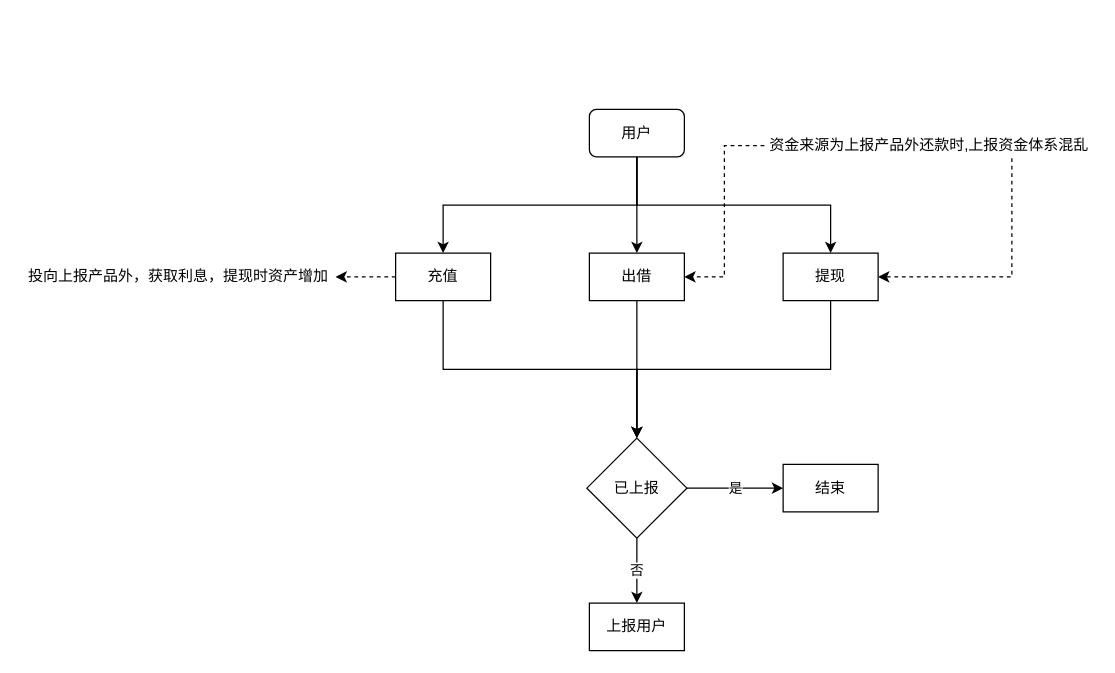
The draw.io diagram 上报流程.drawio in yiuked/diagram, before the edit. Source tidied: cells renumbered, new cells numbered last; positions are measured from the earlier drawing's top-left corner, leaving out a move shared by most shapes. Both pictures are drawn from the tidied source at 125%, with x=0, y=0 at pixel (21, 109).
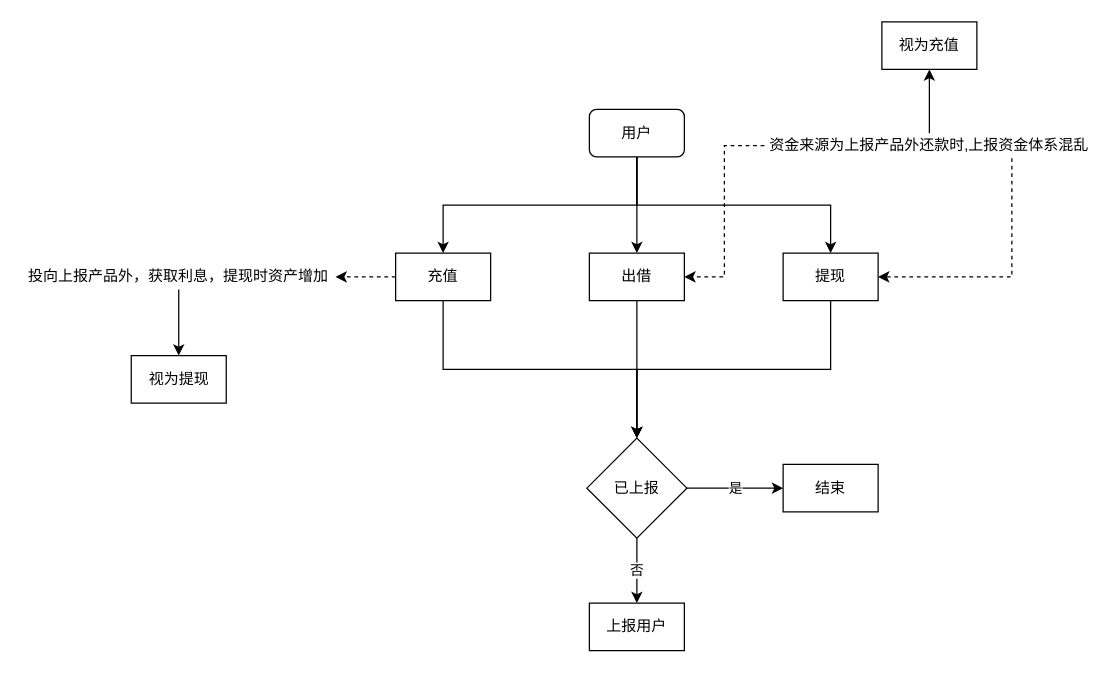
Above is the later version.

Commit message (it also covers changes not shown here):
更新上报流程.drawio

The change refers to these unchanged cells:
```xml
<mxCell id="15" value="资金来源为上报产品外还款时,上报资金体系混乱" style="text;html=1;strokeColor=none;fillColor=none;align=center;verticalAlign=middle;whiteSpace=wrap;rounded=0;" parent="1" vertex="1">
  <mxGeometry x="594" y="19" width="264" height="20" as="geometry" />
</mxCell>
<mxCell id="16" value="投向上报产品外，获取利息，提现时资产增加" style="text;html=1;strokeColor=none;fillColor=none;align=center;verticalAlign=middle;whiteSpace=wrap;rounded=0;" parent="1" vertex="1">
  <mxGeometry y="124" width="251" height="20" as="geometry" />
</mxCell>
```

What changed in the source:
```diff
@@
+    <mxCell id="22" style="edgeStyle=orthogonalEdgeStyle;rounded=0;jettySize=auto;html=1;exitX=0.5;exitY=0;exitDx=0;exitDy=0;" parent="1" edge="1" source="15" target="25">
+      <mxGeometry relative="1" as="geometry" />
+    </mxCell>
@@
+    <mxCell id="23" style="edgeStyle=orthogonalEdgeStyle;rounded=0;jettySize=auto;html=1;exitX=0.5;exitY=1;exitDx=0;exitDy=0;entryX=0.5;entryY=0;entryDx=0;entryDy=0;" parent="1" edge="1" source="16" target="24">
+      <mxGeometry relative="1" as="geometry" />
+    </mxCell>
@@
+    <mxCell id="24" value="视为提现" style="rounded=0;whiteSpace=wrap;html=1;" parent="1" vertex="1">
+      <mxGeometry x="87.5" y="197" width="76" height="38" as="geometry" />
+    </mxCell>
+    <mxCell id="25" value="视为充值" style="rounded=0;whiteSpace=wrap;html=1;" parent="1" vertex="1">
+      <mxGeometry x="688" y="-70" width="76" height="38" as="geometry" />
+    </mxCell>
```
